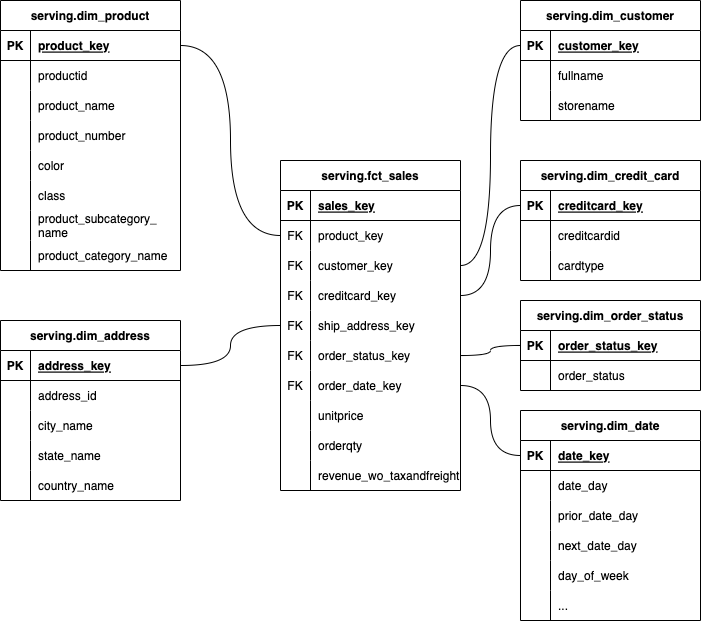
Earlier version of the draw.io export docs/target-schema.png (Data-Engineer-Camp/dbt-dimensional-modelling). Source tidied: cells renumbered, new cells last; positions are measured from the earlier drawing's top-left corner, leaving out a move shared by most shapes.
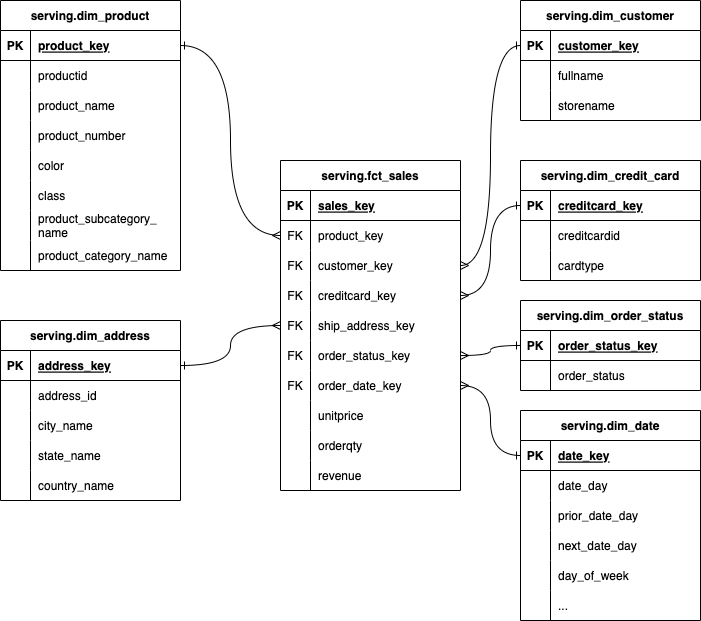
The same file after the commit.

The edit, as a diff of the source:
```diff
@@ -140,7 +140,7 @@
     <mxCell id="47" style="shape=partialRectangle;fillColor=none;top=0;left=0;bottom=0;right=0;overflow=hidden;" parent="46" vertex="1">
       <mxGeometry width="30" height="30" as="geometry" />
     </mxCell>
-    <mxCell id="48" value="revenue_wo_taxandfreight" style="shape=partialRectangle;fillColor=none;top=0;left=0;bottom=0;right=0;align=left;spacingLeft=6;overflow=hidden;" parent="46" vertex="1">
+    <mxCell id="48" value="revenue" style="shape=partialRectangle;fillColor=none;top=0;left=0;bottom=0;right=0;align=left;spacingLeft=6;overflow=hidden;" parent="46" vertex="1">
       <mxGeometry x="30" width="150" height="30" as="geometry" />
     </mxCell>
     <mxCell id="49" value="serving.dim_credit_card" style="shape=table;startSize=30;rowLines=0;fontStyle=1;align=center;" parent="1" vertex="1">
@@ -356,22 +356,22 @@
     <mxCell id="119" value="storename" style="shape=partialRectangle;fillColor=none;top=0;left=0;bottom=0;right=0;align=left;spacingLeft=6;overflow=hidden;" parent="117" vertex="1">
       <mxGeometry x="30" width="150" height="30" as="geometry" />
     </mxCell>
-    <mxCell id="120" style="edgeStyle=orthogonalEdgeStyle;curved=1;rounded=0;jettySize=auto;html=1;exitX=1;exitY=0.5;exitDx=0;exitDy=0;entryX=0;entryY=0.5;entryDx=0;entryDy=0;endArrow=none;endFill=0;" parent="1" edge="1" source="86" target="22">
+    <mxCell id="120" style="edgeStyle=orthogonalEdgeStyle;curved=1;rounded=0;jettySize=auto;html=1;exitX=1;exitY=0.5;exitDx=0;exitDy=0;entryX=0;entryY=0.5;entryDx=0;entryDy=0;endArrow=ERmany;endFill=0;startArrow=ERone;startFill=0;" parent="1" edge="1" source="86" target="22">
       <mxGeometry relative="1" as="geometry" />
     </mxCell>
-    <mxCell id="121" style="edgeStyle=orthogonalEdgeStyle;curved=1;rounded=0;jettySize=auto;html=1;exitX=1;exitY=0.5;exitDx=0;exitDy=0;entryX=0;entryY=0.5;entryDx=0;entryDy=0;endArrow=none;endFill=0;" parent="1" edge="1" source="3" target="31">
+    <mxCell id="121" style="edgeStyle=orthogonalEdgeStyle;curved=1;rounded=0;jettySize=auto;html=1;exitX=1;exitY=0.5;exitDx=0;exitDy=0;entryX=0;entryY=0.5;entryDx=0;entryDy=0;endArrow=ERmany;endFill=0;startArrow=ERone;startFill=0;" parent="1" edge="1" source="3" target="31">
       <mxGeometry relative="1" as="geometry" />
     </mxCell>
-    <mxCell id="122" style="edgeStyle=orthogonalEdgeStyle;curved=1;rounded=0;jettySize=auto;html=1;exitX=1;exitY=0.5;exitDx=0;exitDy=0;entryX=0;entryY=0.5;entryDx=0;entryDy=0;endArrow=none;endFill=0;" parent="1" edge="1" source="25" target="111">
+    <mxCell id="122" style="edgeStyle=orthogonalEdgeStyle;curved=1;rounded=0;jettySize=auto;html=1;exitX=1;exitY=0.5;exitDx=0;exitDy=0;entryX=0;entryY=0.5;entryDx=0;entryDy=0;endArrow=ERone;endFill=0;startArrow=ERmany;startFill=0;" parent="1" edge="1" source="25" target="111">
       <mxGeometry relative="1" as="geometry" />
     </mxCell>
-    <mxCell id="123" style="edgeStyle=orthogonalEdgeStyle;curved=1;rounded=0;jettySize=auto;html=1;exitX=1;exitY=0.5;exitDx=0;exitDy=0;entryX=0;entryY=0.5;entryDx=0;entryDy=0;endArrow=none;endFill=0;" parent="1" edge="1" source="28" target="50">
+    <mxCell id="123" style="edgeStyle=orthogonalEdgeStyle;curved=1;rounded=0;jettySize=auto;html=1;exitX=1;exitY=0.5;exitDx=0;exitDy=0;entryX=0;entryY=0.5;entryDx=0;entryDy=0;endArrow=ERone;endFill=0;startArrow=ERmany;startFill=0;" parent="1" edge="1" source="28" target="50">
       <mxGeometry relative="1" as="geometry" />
     </mxCell>
-    <mxCell id="124" style="edgeStyle=orthogonalEdgeStyle;curved=1;rounded=0;jettySize=auto;html=1;exitX=1;exitY=0.5;exitDx=0;exitDy=0;entryX=0;entryY=0.5;entryDx=0;entryDy=0;endArrow=none;endFill=0;" parent="1" edge="1" source="34" target="79">
+    <mxCell id="124" style="edgeStyle=orthogonalEdgeStyle;curved=1;rounded=0;jettySize=auto;html=1;exitX=1;exitY=0.5;exitDx=0;exitDy=0;entryX=0;entryY=0.5;entryDx=0;entryDy=0;endArrow=ERone;endFill=0;startArrow=ERmany;startFill=0;" parent="1" edge="1" source="34" target="79">
       <mxGeometry relative="1" as="geometry" />
     </mxCell>
-    <mxCell id="125" style="edgeStyle=orthogonalEdgeStyle;curved=1;rounded=0;jettySize=auto;html=1;exitX=1;exitY=0.5;exitDx=0;exitDy=0;entryX=0;entryY=0.5;entryDx=0;entryDy=0;endArrow=none;endFill=0;" parent="1" edge="1" source="37" target="60">
+    <mxCell id="125" style="edgeStyle=orthogonalEdgeStyle;curved=1;rounded=0;jettySize=auto;html=1;exitX=1;exitY=0.5;exitDx=0;exitDy=0;entryX=0;entryY=0.5;entryDx=0;entryDy=0;endArrow=ERone;endFill=0;startArrow=ERmany;startFill=0;" parent="1" edge="1" source="37" target="60">
       <mxGeometry relative="1" as="geometry" />
     </mxCell>
   </root>
```
